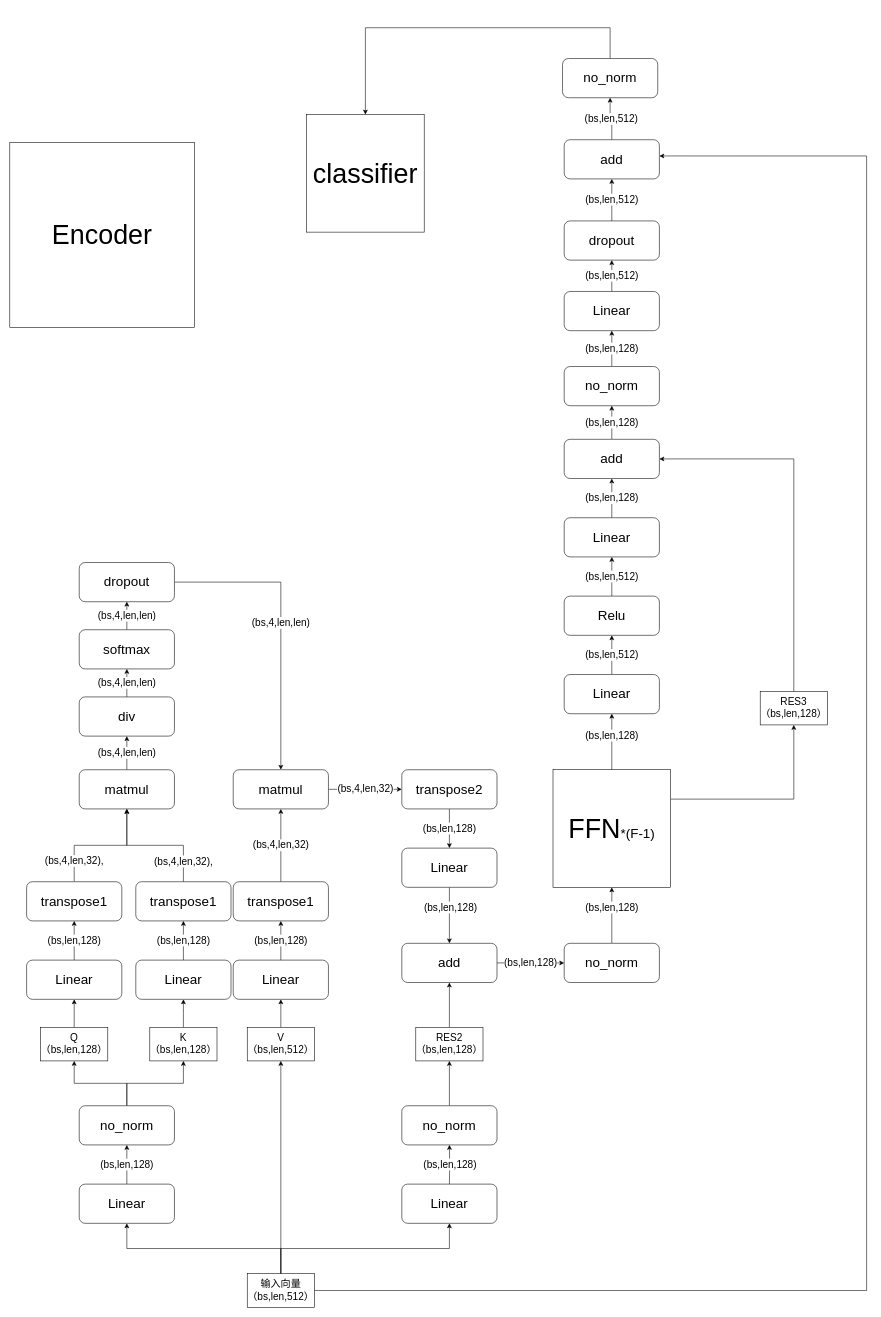
This is Untitled Diagram.drawio from irfan11111111/bert_page, a draw.io file, before an edit. Source tidied: cells renumbered, new cells numbered last; positions are measured from the earlier drawing's top-left corner, leaving out a move shared by most shapes. Both pictures are drawn from the tidied source at 56%, with x=0, y=0 at pixel (10, 27).
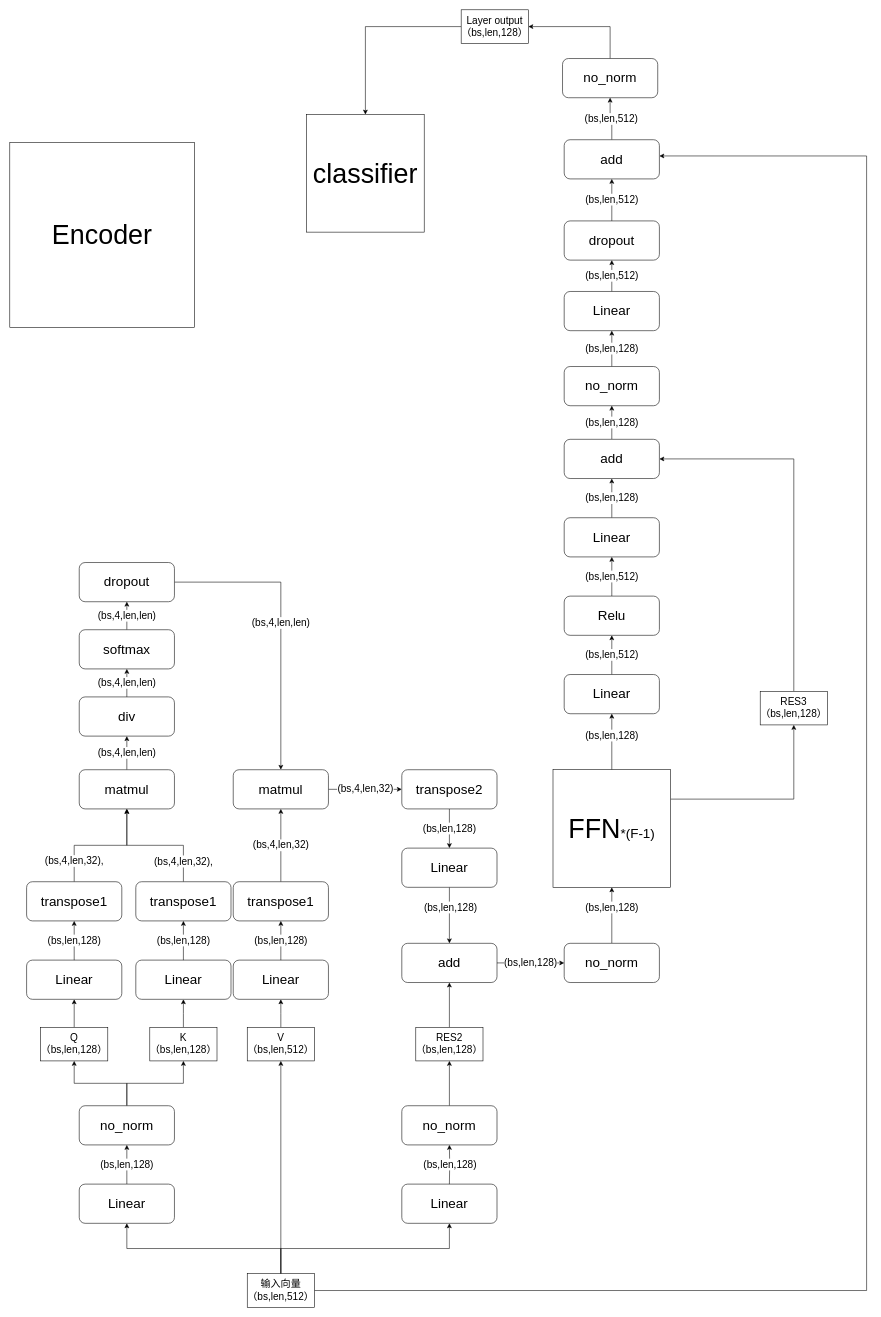
Above is the later version.

The change refers to these unchanged cells:
```xml
<mxCell id="79" value="&lt;font style=&quot;font-size: 24px&quot;&gt;no_norm&lt;/font&gt;" style="rounded=1;whiteSpace=wrap;html=1;" parent="1" vertex="1">
  <mxGeometry x="987" y="55" width="170" height="70" as="geometry" />
</mxCell>
<mxCell id="80" value="&lt;font style=&quot;font-size: 48px&quot;&gt;classifier&lt;/font&gt;" style="whiteSpace=wrap;html=1;" parent="1" vertex="1">
  <mxGeometry x="530" y="155" width="210" height="210" as="geometry" />
</mxCell>
```

What changed in the source:
```diff
@@
-    <mxCell id="78" style="edgeStyle=orthogonalEdgeStyle;rounded=0;jettySize=auto;html=1;exitX=0.5;exitY=0;exitDx=0;exitDy=0;entryX=0.5;entryY=0;entryDx=0;entryDy=0;" parent="1" edge="1" source="79" target="80">
-      <mxGeometry relative="1" as="geometry">
-        <Array as="points">
-          <mxPoint x="1072" />
-          <mxPoint x="635" />
-        </Array>
-      </mxGeometry>
-    </mxCell>
+    <mxCell id="82" style="edgeStyle=orthogonalEdgeStyle;rounded=0;jettySize=auto;html=1;exitX=0.5;exitY=0;exitDx=0;exitDy=0;entryX=1;entryY=0.5;entryDx=0;entryDy=0;" parent="1" edge="1" source="79" target="84">
+      <mxGeometry relative="1" as="geometry" />
+    </mxCell>
@@
+    <mxCell id="83" style="edgeStyle=orthogonalEdgeStyle;rounded=0;jettySize=auto;html=1;exitX=0;exitY=0.5;exitDx=0;exitDy=0;entryX=0.5;entryY=0;entryDx=0;entryDy=0;" parent="1" edge="1" source="84" target="80">
+      <mxGeometry relative="1" as="geometry" />
+    </mxCell>
+    <mxCell id="84" value="&lt;font style=&quot;font-size: 18px&quot;&gt;Layer output&lt;br&gt;（bs,len,128）&lt;/font&gt;" style="rounded=0;whiteSpace=wrap;html=1;" parent="1" vertex="1">
+      <mxGeometry x="806" y="-32" width="120" height="60" as="geometry" />
+    </mxCell>
```
